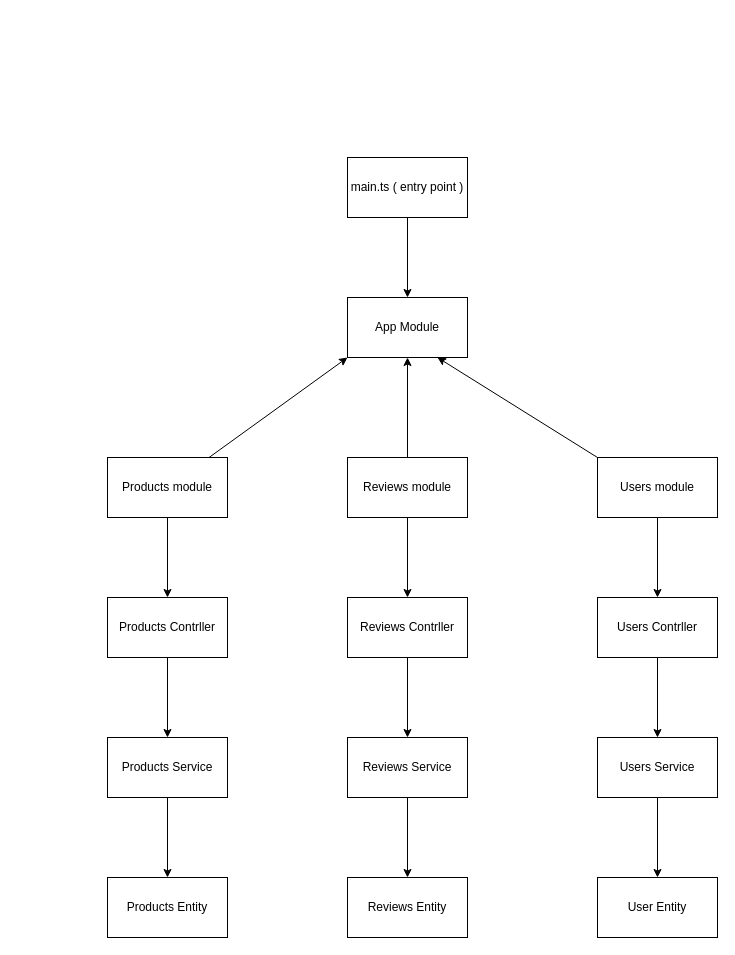
This is high-level.drawio from abd-maqableh/nestJS, a draw.io file, before an edit. Source tidied: cells renumbered, new cells numbered last; positions are measured from the earlier drawing's top-left corner, leaving out a move shared by most shapes. Both pictures are drawn from the tidied source at 100%, with x=0, y=0 at pixel (107, 157).
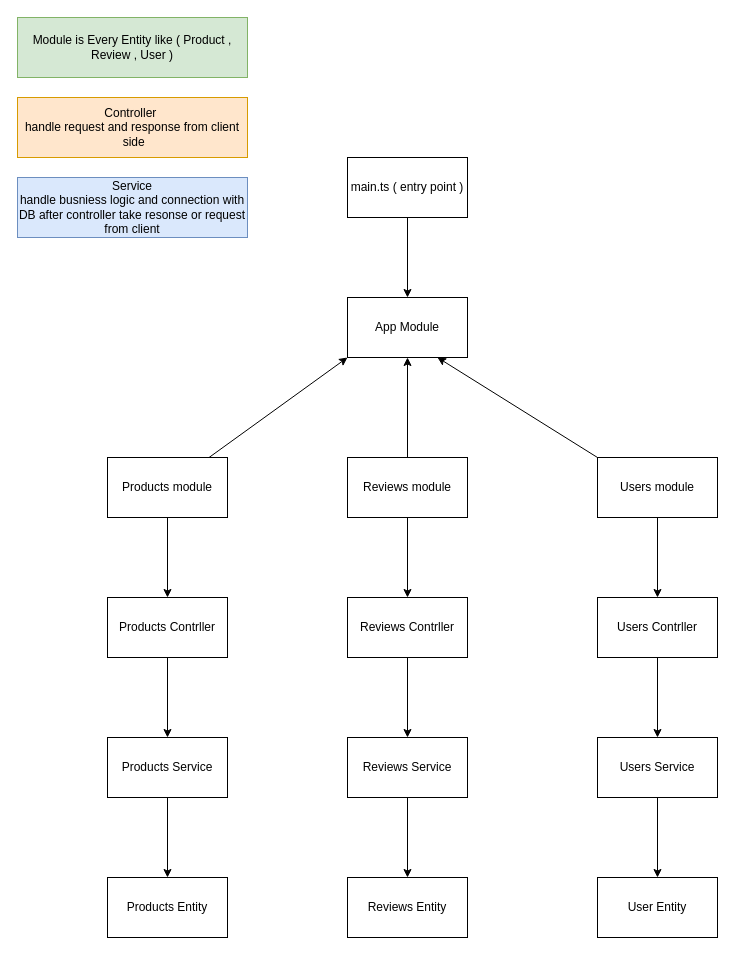
The same page after the edit.

Commit message (it also covers changes not shown here):
feat: add update product DTO and implement update functionality in products controller; enhance main application setup with global validation

The edit, as a diff of the source:
```diff
@@
+    <mxCell id="29" value="Module is Every Entity like ( Product , Review , User )" style="rounded=0;whiteSpace=wrap;html=1;fillColor=#d5e8d4;strokeColor=#82b366;" parent="1" vertex="1">
+      <mxGeometry x="-90" y="-140" width="230" height="60" as="geometry" />
+    </mxCell>
+    <mxCell id="30" value="Controller&amp;nbsp;&lt;br&gt;handle request and response from client&lt;div&gt;&amp;nbsp;side&lt;/div&gt;" style="rounded=0;whiteSpace=wrap;html=1;fillColor=#ffe6cc;strokeColor=#d79b00;" parent="1" vertex="1">
+      <mxGeometry x="-90" y="-60" width="230" height="60" as="geometry" />
+    </mxCell>
+    <mxCell id="31" value="Service&lt;br&gt;handle busniess logic and connection with DB after controller take resonse or request from client" style="rounded=0;whiteSpace=wrap;html=1;fillColor=#dae8fc;strokeColor=#6c8ebf;" parent="1" vertex="1">
+      <mxGeometry x="-90" y="20" width="230" height="60" as="geometry" />
+    </mxCell>
```
